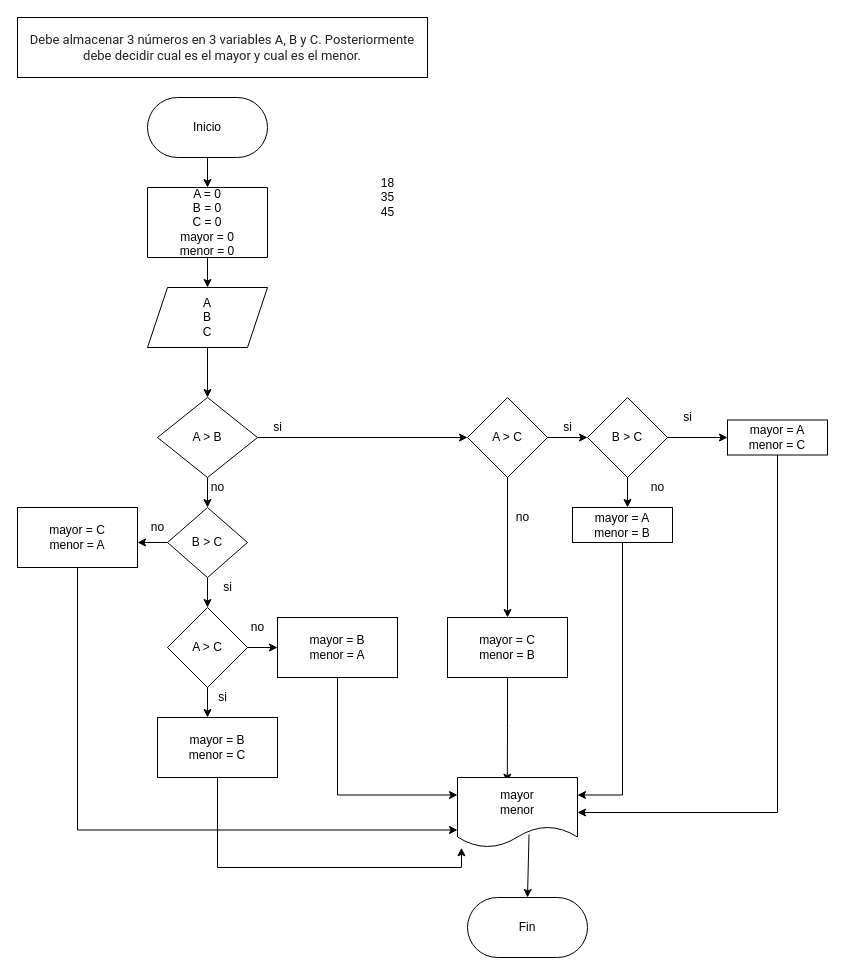
Earlier version of the draw.io diagram page "Ejercicio 2" (2 of 5) of Intro a la programacion/Trabajo en clase/Trabajo en Clase 5-20-2021.drawio (jjarahe/React-Curso-Ucreativa). Source tidied: cells renumbered, new cells numbered last; positions are measured from the earlier drawing's top-left corner, leaving out a move shared by most shapes. Both pictures are drawn from the tidied source at 100%, with x=0, y=0 at pixel (17, 17).
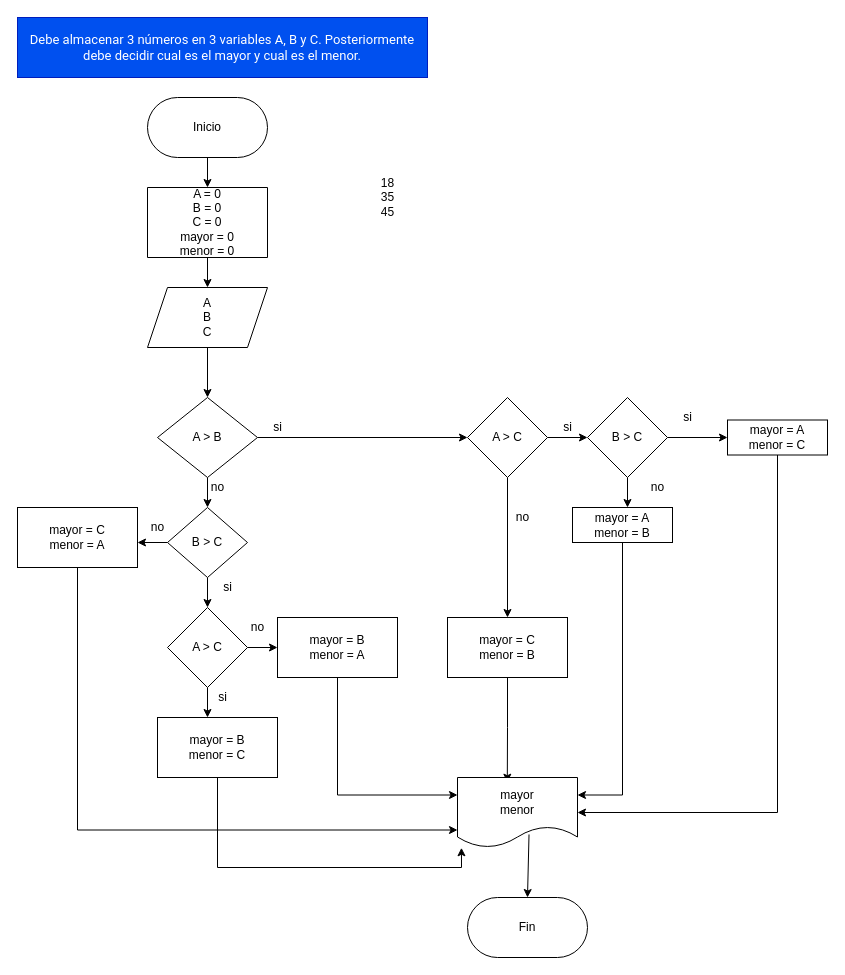
The same page after the edit.

The edit, as a diff of the source:
```diff
@@
-    <mxCell id="2" value="&lt;span style=&quot;color: rgb(32 , 33 , 36) ; font-family: &amp;#34;roboto&amp;#34; , &amp;#34;arial&amp;#34; , sans-serif ; font-size: 13px ; text-align: left ; background-color: rgb(255 , 255 , 255)&quot;&gt;Debe almacenar 3 números en 3 variables A, B y C.  Posteriormente debe decidir cual es el mayor y cual es el menor.&lt;/span&gt;" style="rounded=0;whiteSpace=wrap;html=1;" parent="1" vertex="1">
+    <mxCell id="2" value="&lt;span style=&quot;font-family: &amp;#34;roboto&amp;#34; , &amp;#34;arial&amp;#34; , sans-serif ; font-size: 13px ; text-align: left&quot;&gt;Debe almacenar 3 números en 3 variables A, B y C.  Posteriormente debe decidir cual es el mayor y cual es el menor.&lt;/span&gt;" style="rounded=0;whiteSpace=wrap;html=1;fillColor=#0050ef;strokeColor=#001DBC;fontColor=#ffffff;" parent="1" vertex="1">
       <mxGeometry width="410" height="60" as="geometry" />
     </mxCell>
```
